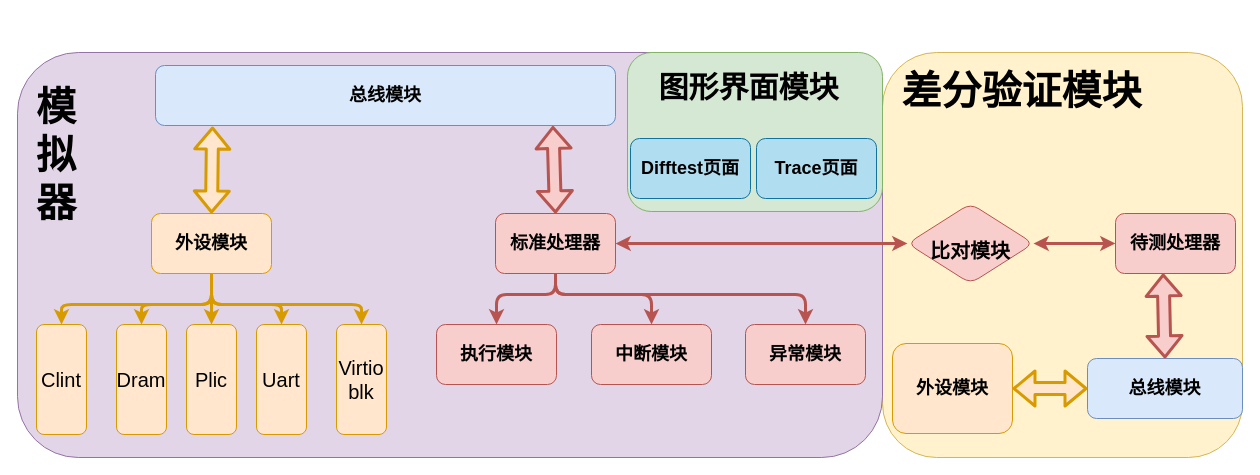
Before: page "总体架构" (2 of 7) of doc/architecture.drawio in Clo91eaf/hemu, a draw.io diagram. Source tidied: cells renumbered, new cells numbered last; positions are measured from the earlier drawing's top-left corner, leaving out a move shared by most shapes. Both pictures are drawn from the tidied source at 100%, with x=0, y=0 at pixel (17, 17).
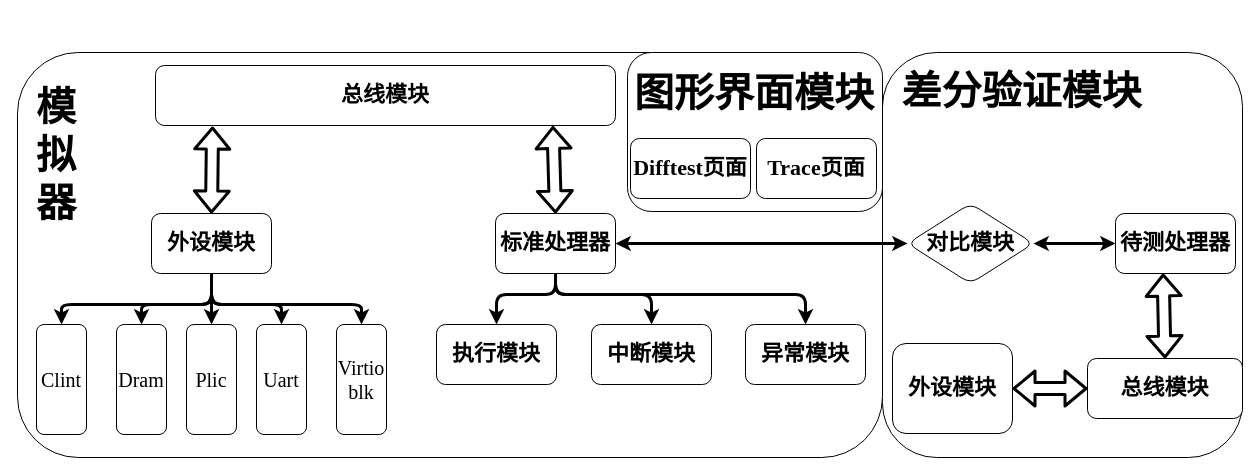
The same page after the edit.

Change to the diagram source:
```diff
@@
-    <mxCell id="2" style="whiteSpace=wrap;html=1;fontSize=20;fillColor=#fff2cc;strokeColor=#d6b656;rounded=1;" parent="1" vertex="1">
+    <mxCell id="2" style="whiteSpace=wrap;html=1;fontSize=20;rounded=1;fontFamily=宋体;" parent="1" vertex="1">
       <mxGeometry x="865" y="35" width="360" height="405" as="geometry" />
     </mxCell>
-    <mxCell id="3" style="whiteSpace=wrap;html=1;fillColor=#e1d5e7;strokeColor=#9673a6;rounded=1;" parent="1" vertex="1">
+    <mxCell id="3" style="whiteSpace=wrap;html=1;rounded=1;fontFamily=宋体;" parent="1" vertex="1">
       <mxGeometry y="35" width="865" height="405" as="geometry" />
     </mxCell>
-    <mxCell id="4" style="edgeStyle=none;html=1;fontSize=18;startArrow=classic;startFill=1;entryX=0;entryY=0.5;entryDx=0;entryDy=0;rounded=1;fillColor=#f8cecc;strokeColor=#b85450;exitX=1;exitY=0.5;exitDx=0;exitDy=0;strokeWidth=3;" parent="1" edge="1" source="30" target="25">
+    <mxCell id="4" style="edgeStyle=none;html=1;fontSize=22;startArrow=classic;startFill=1;entryX=0;entryY=0.5;entryDx=0;entryDy=0;rounded=1;exitX=1;exitY=0.5;exitDx=0;exitDy=0;strokeWidth=3;fontFamily=宋体;" parent="1" edge="1" source="30" target="25">
       <mxGeometry relative="1" as="geometry" />
     </mxCell>
-    <mxCell id="5" style="edgeStyle=none;html=1;fontSize=18;startArrow=none;startFill=0;entryX=0.5;entryY=0;entryDx=0;entryDy=0;rounded=1;exitX=0.5;exitY=1;exitDx=0;exitDy=0;fillColor=#f8cecc;strokeColor=#b85450;strokeWidth=3;" parent="1" edge="1" source="6" target="13">
+    <mxCell id="5" style="edgeStyle=none;html=1;fontSize=18;startArrow=none;startFill=0;entryX=0.5;entryY=0;entryDx=0;entryDy=0;rounded=1;exitX=0.5;exitY=1;exitDx=0;exitDy=0;strokeWidth=3;fontFamily=宋体;" parent="1" edge="1" source="6" target="13">
       <mxGeometry relative="1" as="geometry">
         <Array as="points">
           <mxPoint x="538" y="277" />
           <mxPoint x="479" y="277" />
         </Array>
       </mxGeometry>
     </mxCell>
-    <mxCell id="6" value="&lt;h2&gt;标准处理器&lt;/h2&gt;" style="whiteSpace=wrap;html=1;rounded=1;fillColor=#f8cecc;strokeColor=#b85450;" parent="1" vertex="1">
+    <mxCell id="6" value="&lt;h2 style=&quot;font-size: 22px;&quot;&gt;标准处理器&lt;/h2&gt;" style="whiteSpace=wrap;html=1;rounded=1;fontFamily=宋体;fontSize=22;" parent="1" vertex="1">
       <mxGeometry x="478" y="196" width="120" height="60" as="geometry" />
     </mxCell>
-    <mxCell id="7" style="edgeStyle=none;html=1;fontSize=18;startArrow=none;startFill=0;entryX=0.5;entryY=0;entryDx=0;entryDy=0;exitX=0.5;exitY=1;exitDx=0;exitDy=0;rounded=1;fillColor=#ffe6cc;strokeColor=#d79b00;strokeWidth=3;" parent="1" edge="1" source="8" target="16">
+    <mxCell id="7" style="edgeStyle=none;html=1;fontSize=18;startArrow=none;startFill=0;entryX=0.5;entryY=0;entryDx=0;entryDy=0;exitX=0.5;exitY=1;exitDx=0;exitDy=0;rounded=1;strokeWidth=3;fontFamily=宋体;" parent="1" edge="1" source="8" target="16">
       <mxGeometry relative="1" as="geometry">
         <Array as="points">
           <mxPoint x="194" y="287" />
           <mxPoint x="44" y="287" />
         </Array>
       </mxGeometry>
     </mxCell>
-    <mxCell id="8" value="&lt;h2&gt;外设模块&lt;/h2&gt;" style="whiteSpace=wrap;html=1;rounded=1;fillColor=#ffe6cc;strokeColor=#d79b00;" parent="1" vertex="1">
+    <mxCell id="8" value="&lt;h2 style=&quot;font-size: 22px;&quot;&gt;外设模块&lt;/h2&gt;" style="whiteSpace=wrap;html=1;rounded=1;fontFamily=宋体;fontSize=22;" parent="1" vertex="1">
       <mxGeometry x="134" y="196" width="120" height="60" as="geometry" />
     </mxCell>
-    <mxCell id="9" value="&lt;h2&gt;&lt;br&gt;&lt;/h2&gt;" style="whiteSpace=wrap;html=1;rounded=1;fillColor=#d5e8d4;strokeColor=#82b366;" parent="1" vertex="1">
+    <mxCell id="9" value="&lt;h2 style=&quot;font-size: 22px;&quot;&gt;&lt;br style=&quot;font-size: 22px;&quot;&gt;&lt;/h2&gt;" style="whiteSpace=wrap;html=1;rounded=1;fontFamily=宋体;fontSize=22;" parent="1" vertex="1">
       <mxGeometry x="610" y="35" width="255" height="159" as="geometry" />
     </mxCell>
-    <mxCell id="10" value="&lt;h2&gt;总线模块&lt;/h2&gt;" style="whiteSpace=wrap;html=1;rounded=1;fillColor=#dae8fc;strokeColor=#6c8ebf;" parent="1" vertex="1">
+    <mxCell id="10" value="&lt;h2 style=&quot;font-size: 22px;&quot;&gt;总线模块&lt;/h2&gt;" style="whiteSpace=wrap;html=1;rounded=1;fontFamily=宋体;fontSize=22;" parent="1" vertex="1">
       <mxGeometry x="138" y="48" width="460" height="60" as="geometry" />
     </mxCell>
-    <mxCell id="11" value="&lt;h2&gt;中断模块&lt;/h2&gt;" style="whiteSpace=wrap;html=1;rounded=1;fillColor=#f8cecc;strokeColor=#b85450;" parent="1" vertex="1">
+    <mxCell id="11" value="&lt;h2 style=&quot;font-size: 22px;&quot;&gt;中断模块&lt;/h2&gt;" style="whiteSpace=wrap;html=1;rounded=1;fontFamily=宋体;fontSize=22;" parent="1" vertex="1">
       <mxGeometry x="574" y="307" width="120" height="60" as="geometry" />
     </mxCell>
-    <mxCell id="12" value="&lt;h2&gt;异常模块&lt;/h2&gt;" style="whiteSpace=wrap;html=1;rounded=1;fillColor=#f8cecc;strokeColor=#b85450;" parent="1" vertex="1">
+    <mxCell id="12" value="&lt;h2 style=&quot;font-size: 22px;&quot;&gt;异常模块&lt;/h2&gt;" style="whiteSpace=wrap;html=1;rounded=1;fontFamily=宋体;fontSize=22;" parent="1" vertex="1">
       <mxGeometry x="728" y="307" width="120" height="60" as="geometry" />
     </mxCell>
-    <mxCell id="13" value="&lt;h2&gt;执行模块&lt;/h2&gt;" style="whiteSpace=wrap;html=1;rounded=1;fillColor=#f8cecc;strokeColor=#b85450;" parent="1" vertex="1">
+    <mxCell id="13" value="&lt;h2 style=&quot;font-size: 22px;&quot;&gt;执行模块&lt;/h2&gt;" style="whiteSpace=wrap;html=1;rounded=1;fontFamily=宋体;fontSize=22;" parent="1" vertex="1">
       <mxGeometry x="419" y="307" width="120" height="60" as="geometry" />
     </mxCell>
-    <mxCell id="14" style="edgeStyle=none;html=1;fontSize=18;startArrow=none;startFill=0;entryX=0.5;entryY=0;entryDx=0;entryDy=0;exitX=0.5;exitY=1;exitDx=0;exitDy=0;rounded=1;fillColor=#f8cecc;strokeColor=#b85450;strokeWidth=3;" parent="1" edge="1" source="6" target="12">
+    <mxCell id="14" style="edgeStyle=none;html=1;fontSize=18;startArrow=none;startFill=0;entryX=0.5;entryY=0;entryDx=0;entryDy=0;exitX=0.5;exitY=1;exitDx=0;exitDy=0;rounded=1;strokeWidth=3;fontFamily=宋体;" parent="1" edge="1" source="6" target="12">
       <mxGeometry relative="1" as="geometry">
         <Array as="points">
           <mxPoint x="538" y="277" />
           <mxPoint x="788" y="277" />
         </Array>
       </mxGeometry>
     </mxCell>
-    <mxCell id="15" style="edgeStyle=none;html=1;fontSize=18;startArrow=none;startFill=0;entryX=0.5;entryY=0;entryDx=0;entryDy=0;exitX=0.5;exitY=1;exitDx=0;exitDy=0;rounded=1;fillColor=#f8cecc;strokeColor=#b85450;strokeWidth=3;" parent="1" edge="1" source="6" target="11">
+    <mxCell id="15" style="edgeStyle=none;html=1;fontSize=18;startArrow=none;startFill=0;entryX=0.5;entryY=0;entryDx=0;entryDy=0;exitX=0.5;exitY=1;exitDx=0;exitDy=0;rounded=1;strokeWidth=3;fontFamily=宋体;" parent="1" edge="1" source="6" target="11">
       <mxGeometry relative="1" as="geometry">
         <Array as="points">
           <mxPoint x="538" y="277" />
           <mxPoint x="634" y="277" />
         </Array>
       </mxGeometry>
     </mxCell>
-    <mxCell id="16" value="&lt;font style=&quot;font-size: 20px;&quot;&gt;Clint&lt;/font&gt;" style="whiteSpace=wrap;html=1;rounded=1;horizontal=1;verticalAlign=middle;fillColor=#ffe6cc;strokeColor=#d79b00;" parent="1" vertex="1">
+    <mxCell id="16" value="&lt;font style=&quot;font-size: 20px;&quot;&gt;Clint&lt;/font&gt;" style="whiteSpace=wrap;html=1;rounded=1;horizontal=1;verticalAlign=middle;fontFamily=Times New Roman;" parent="1" vertex="1">
       <mxGeometry x="19" y="307" width="50" height="110" as="geometry" />
     </mxCell>
-    <mxCell id="17" value="&lt;font style=&quot;font-size: 20px;&quot;&gt;Dram&lt;/font&gt;" style="whiteSpace=wrap;html=1;rounded=1;horizontal=1;verticalAlign=middle;fillColor=#ffe6cc;strokeColor=#d79b00;" parent="1" vertex="1">
+    <mxCell id="17" value="&lt;font style=&quot;font-size: 20px;&quot;&gt;Dram&lt;/font&gt;" style="whiteSpace=wrap;html=1;rounded=1;horizontal=1;verticalAlign=middle;fontFamily=Times New Roman;" parent="1" vertex="1">
       <mxGeometry x="99" y="307" width="50" height="110" as="geometry" />
     </mxCell>
-    <mxCell id="18" value="&lt;span style=&quot;font-size: 20px;&quot;&gt;Plic&lt;/span&gt;" style="whiteSpace=wrap;html=1;rounded=1;horizontal=1;verticalAlign=middle;fillColor=#ffe6cc;strokeColor=#d79b00;" parent="1" vertex="1">
+    <mxCell id="18" value="&lt;span style=&quot;font-size: 20px;&quot;&gt;Plic&lt;/span&gt;" style="whiteSpace=wrap;html=1;rounded=1;horizontal=1;verticalAlign=middle;fontFamily=Times New Roman;" parent="1" vertex="1">
       <mxGeometry x="169" y="307" width="50" height="110" as="geometry" />
     </mxCell>
-    <mxCell id="19" value="&lt;span style=&quot;font-size: 20px;&quot;&gt;Uart&lt;/span&gt;" style="whiteSpace=wrap;html=1;rounded=1;horizontal=1;verticalAlign=middle;fillColor=#ffe6cc;strokeColor=#d79b00;" parent="1" vertex="1">
+    <mxCell id="19" value="&lt;span style=&quot;font-size: 20px;&quot;&gt;Uart&lt;/span&gt;" style="whiteSpace=wrap;html=1;rounded=1;horizontal=1;verticalAlign=middle;fontFamily=Times New Roman;" parent="1" vertex="1">
       <mxGeometry x="239" y="307" width="50" height="110" as="geometry" />
     </mxCell>
-    <mxCell id="20" value="&lt;span style=&quot;font-size: 20px;&quot;&gt;Virtio&lt;br&gt;blk&lt;/span&gt;" style="html=1;rounded=1;whiteSpace=wrap;horizontal=1;verticalAlign=middle;fillColor=#ffe6cc;strokeColor=#d79b00;" parent="1" vertex="1">
+    <mxCell id="20" value="&lt;span style=&quot;font-size: 20px;&quot;&gt;Virtio&lt;br&gt;blk&lt;/span&gt;" style="html=1;rounded=1;whiteSpace=wrap;horizontal=1;verticalAlign=middle;fontFamily=Times New Roman;" parent="1" vertex="1">
       <mxGeometry x="319" y="307" width="50" height="110" as="geometry" />
     </mxCell>
-    <mxCell id="21" style="edgeStyle=none;html=1;fontSize=18;startArrow=none;startFill=0;entryX=0.5;entryY=0;entryDx=0;entryDy=0;exitX=0.5;exitY=1;exitDx=0;exitDy=0;rounded=1;fillColor=#ffe6cc;strokeColor=#d79b00;strokeWidth=3;" parent="1" edge="1" source="8" target="17">
+    <mxCell id="21" style="edgeStyle=none;html=1;fontSize=18;startArrow=none;startFill=0;entryX=0.5;entryY=0;entryDx=0;entryDy=0;exitX=0.5;exitY=1;exitDx=0;exitDy=0;rounded=1;strokeWidth=3;fontFamily=宋体;" parent="1" edge="1" source="8" target="17">
       <mxGeometry relative="1" as="geometry">
         <Array as="points">
           <mxPoint x="194" y="287" />
           <mxPoint x="124" y="287" />
         </Array>
       </mxGeometry>
     </mxCell>
-    <mxCell id="22" style="edgeStyle=none;html=1;fontSize=18;startArrow=none;startFill=0;entryX=0.5;entryY=0;entryDx=0;entryDy=0;exitX=0.5;exitY=1;exitDx=0;exitDy=0;rounded=1;fillColor=#ffe6cc;strokeColor=#d79b00;strokeWidth=3;" parent="1" edge="1" source="8" target="18">
+    <mxCell id="22" style="edgeStyle=none;html=1;fontSize=18;startArrow=none;startFill=0;entryX=0.5;entryY=0;entryDx=0;entryDy=0;exitX=0.5;exitY=1;exitDx=0;exitDy=0;rounded=1;strokeWidth=3;fontFamily=宋体;" parent="1" edge="1" source="8" target="18">
       <mxGeometry relative="1" as="geometry">
         <Array as="points">
           <mxPoint x="194" y="287" />
         </Array>
       </mxGeometry>
     </mxCell>
-    <mxCell id="23" style="edgeStyle=none;html=1;fontSize=18;startArrow=none;startFill=0;entryX=0.5;entryY=0;entryDx=0;entryDy=0;exitX=0.5;exitY=1;exitDx=0;exitDy=0;rounded=1;fillColor=#ffe6cc;strokeColor=#d79b00;strokeWidth=3;" parent="1" edge="1" source="8" target="19">
+    <mxCell id="23" style="edgeStyle=none;html=1;fontSize=18;startArrow=none;startFill=0;entryX=0.5;entryY=0;entryDx=0;entryDy=0;exitX=0.5;exitY=1;exitDx=0;exitDy=0;rounded=1;strokeWidth=3;fontFamily=宋体;" parent="1" edge="1" source="8" target="19">
       <mxGeometry relative="1" as="geometry">
         <Array as="points">
           <mxPoint x="194" y="287" />
           <mxPoint x="264" y="287" />
         </Array>
       </mxGeometry>
     </mxCell>
-    <mxCell id="24" style="edgeStyle=none;html=1;fontSize=18;startArrow=none;startFill=0;entryX=0.5;entryY=0;entryDx=0;entryDy=0;exitX=0.5;exitY=1;exitDx=0;exitDy=0;rounded=1;fillColor=#ffe6cc;strokeColor=#d79b00;strokeWidth=3;" parent="1" edge="1" source="8" target="20">
+    <mxCell id="24" style="edgeStyle=none;html=1;fontSize=18;startArrow=none;startFill=0;entryX=0.5;entryY=0;entryDx=0;entryDy=0;exitX=0.5;exitY=1;exitDx=0;exitDy=0;rounded=1;strokeWidth=3;fontFamily=宋体;" parent="1" edge="1" source="8" target="20">
       <mxGeometry relative="1" as="geometry">
         <Array as="points">
           <mxPoint x="194" y="287" />
           <mxPoint x="344" y="287" />
         </Array>
       </mxGeometry>
     </mxCell>
-    <mxCell id="25" value="&lt;h2&gt;待测处理器&lt;/h2&gt;" style="whiteSpace=wrap;html=1;rounded=1;fillColor=#f8cecc;strokeColor=#b85450;" parent="1" vertex="1">
+    <mxCell id="25" value="&lt;h2 style=&quot;font-size: 22px;&quot;&gt;待测处理器&lt;/h2&gt;" style="whiteSpace=wrap;html=1;rounded=1;fontFamily=宋体;fontSize=22;" parent="1" vertex="1">
       <mxGeometry x="1098" y="196" width="120" height="60" as="geometry" />
     </mxCell>
-    <mxCell id="26" style="edgeStyle=none;jettySize=auto;html=1;entryX=0.5;entryY=0;entryDx=0;entryDy=0;exitX=0.124;exitY=1.017;exitDx=0;exitDy=0;exitPerimeter=0;strokeWidth=3;shape=flexArrow;startArrow=block;fillColor=#ffe6cc;strokeColor=#d79b00;rounded=1;" parent="1" edge="1" source="10" target="8">
+    <mxCell id="26" style="edgeStyle=none;jettySize=auto;html=1;entryX=0.5;entryY=0;entryDx=0;entryDy=0;exitX=0.124;exitY=1.017;exitDx=0;exitDy=0;exitPerimeter=0;strokeWidth=3;shape=flexArrow;startArrow=block;rounded=1;fontFamily=宋体;fontSize=22;" parent="1" edge="1" source="10" target="8">
       <mxGeometry relative="1" as="geometry" />
     </mxCell>
-    <mxCell id="27" style="edgeStyle=none;jettySize=auto;html=1;entryX=0.5;entryY=0;entryDx=0;entryDy=0;exitX=0.864;exitY=1.007;exitDx=0;exitDy=0;exitPerimeter=0;strokeWidth=3;shape=flexArrow;startArrow=block;fillColor=#f8cecc;strokeColor=#b85450;rounded=1;" parent="1" edge="1" source="10" target="6">
+    <mxCell id="27" style="edgeStyle=none;jettySize=auto;html=1;entryX=0.5;entryY=0;entryDx=0;entryDy=0;exitX=0.864;exitY=1.007;exitDx=0;exitDy=0;exitPerimeter=0;strokeWidth=3;shape=flexArrow;startArrow=block;rounded=1;fontFamily=宋体;fontSize=22;" parent="1" edge="1" source="10" target="6">
       <mxGeometry relative="1" as="geometry" />
     </mxCell>
-    <mxCell id="28" value="&lt;font style=&quot;font-size: 40px;&quot;&gt;模拟器&lt;/font&gt;" style="text;strokeColor=none;align=center;fillColor=none;html=1;verticalAlign=middle;whiteSpace=wrap;rounded=1;fontStyle=1;" parent="1" vertex="1">
+    <mxCell id="28" value="&lt;font style=&quot;font-size: 40px;&quot;&gt;模拟器&lt;/font&gt;" style="text;align=center;html=1;verticalAlign=middle;whiteSpace=wrap;rounded=1;fontStyle=1;fontFamily=宋体;" parent="1" vertex="1">
       <mxGeometry y="64" width="78" height="146" as="geometry" />
     </mxCell>
-    <mxCell id="29" style="edgeStyle=none;html=1;fontSize=18;startArrow=classic;startFill=1;entryX=0;entryY=0.5;entryDx=0;entryDy=0;rounded=1;fillColor=#f8cecc;strokeColor=#b85450;exitX=1;exitY=0.5;exitDx=0;exitDy=0;endArrow=classic;endFill=1;strokeWidth=3;" parent="1" edge="1" source="6" target="30">
+    <mxCell id="29" style="edgeStyle=none;html=1;fontSize=18;startArrow=classic;startFill=1;entryX=0;entryY=0.5;entryDx=0;entryDy=0;rounded=1;exitX=1;exitY=0.5;exitDx=0;exitDy=0;endArrow=classic;endFill=1;strokeWidth=3;fontFamily=宋体;" parent="1" edge="1" source="6" target="30">
       <mxGeometry relative="1" as="geometry" />
     </mxCell>
-    <mxCell id="30" value="&lt;font size=&quot;1&quot; style=&quot;&quot;&gt;&lt;b style=&quot;font-size: 20px;&quot;&gt;比对模块&lt;/b&gt;&lt;/font&gt;" style="rhombus;whiteSpace=wrap;html=1;fontSize=40;fillColor=#f8cecc;strokeColor=#b85450;rounded=1;" parent="1" vertex="1">
+    <mxCell id="30" value="&lt;div style=&quot;font-size: 22px;&quot;&gt;&lt;br style=&quot;font-size: 22px;&quot;&gt;&lt;/div&gt;" style="rhombus;whiteSpace=wrap;html=1;fontSize=22;rounded=1;fontFamily=宋体;align=center;" parent="1" vertex="1">
       <mxGeometry x="890" y="186" width="126" height="80" as="geometry" />
     </mxCell>
-    <mxCell id="31" value="&lt;font style=&quot;font-size: 40px;&quot;&gt;差分验证模块&lt;/font&gt;" style="text;strokeColor=none;align=center;fillColor=none;html=1;verticalAlign=middle;whiteSpace=wrap;rounded=1;fontStyle=1;" parent="1" vertex="1">
+    <mxCell id="31" value="&lt;font style=&quot;font-size: 40px;&quot;&gt;差分验证模块&lt;/font&gt;" style="text;align=center;html=1;verticalAlign=middle;whiteSpace=wrap;rounded=1;fontStyle=1;fontFamily=宋体;" parent="1" vertex="1">
       <mxGeometry x="865" width="279" height="146" as="geometry" />
     </mxCell>
-    <mxCell id="32" value="&lt;font style=&quot;font-size: 30px;&quot;&gt;图形界面模块&lt;/font&gt;" style="text;strokeColor=none;align=center;fillColor=none;html=1;verticalAlign=middle;whiteSpace=wrap;rounded=1;fontStyle=1;" parent="1" vertex="1">
-      <mxGeometry x="634" y="23" width="195" height="93" as="geometry" />
+    <mxCell id="32" value="&lt;font style=&quot;font-size: 40px;&quot;&gt;图形界面模块&lt;/font&gt;" style="text;align=center;html=1;verticalAlign=middle;whiteSpace=wrap;rounded=1;fontStyle=1;fontFamily=宋体;fontSize=22;" parent="1" vertex="1">
+      <mxGeometry x="610" y="28" width="254" height="93" as="geometry" />
     </mxCell>
-    <mxCell id="33" value="&lt;h2&gt;Difftest页面&lt;/h2&gt;" style="whiteSpace=wrap;html=1;rounded=1;fillColor=#b1ddf0;strokeColor=#10739e;" parent="1" vertex="1">
+    <mxCell id="33" value="&lt;h2 style=&quot;font-size: 22px;&quot;&gt;&lt;font face=&quot;Times New Roman&quot; style=&quot;font-size: 22px;&quot;&gt;Difftest&lt;/font&gt;页面&lt;/h2&gt;" style="whiteSpace=wrap;html=1;rounded=1;fontFamily=宋体;fontSize=22;" parent="1" vertex="1">
       <mxGeometry x="613" y="121" width="120" height="60" as="geometry" />
     </mxCell>
-    <mxCell id="34" value="&lt;h2&gt;Trace页面&lt;/h2&gt;" style="whiteSpace=wrap;html=1;rounded=1;fillColor=#b1ddf0;strokeColor=#10739e;" parent="1" vertex="1">
+    <mxCell id="34" value="&lt;h2 style=&quot;font-size: 22px;&quot;&gt;&lt;font face=&quot;Times New Roman&quot; style=&quot;font-size: 22px;&quot;&gt;Trace&lt;/font&gt;页面&lt;/h2&gt;" style="whiteSpace=wrap;html=1;rounded=1;fontFamily=宋体;fontSize=22;" parent="1" vertex="1">
       <mxGeometry x="739" y="121" width="120" height="60" as="geometry" />
     </mxCell>
-    <mxCell id="35" value="&lt;h2&gt;总线模块&lt;/h2&gt;" style="whiteSpace=wrap;html=1;rounded=1;fillColor=#dae8fc;strokeColor=#6c8ebf;" parent="1" vertex="1">
+    <mxCell id="35" value="&lt;h2 style=&quot;font-size: 22px;&quot;&gt;总线模块&lt;/h2&gt;" style="whiteSpace=wrap;html=1;rounded=1;fontFamily=宋体;fontSize=22;" parent="1" vertex="1">
       <mxGeometry x="1070" y="341" width="155" height="60" as="geometry" />
     </mxCell>
-    <mxCell id="36" style="edgeStyle=none;jettySize=auto;html=1;entryX=0.5;entryY=0;entryDx=0;entryDy=0;exitX=0.397;exitY=1;exitDx=0;exitDy=0;strokeWidth=3;shape=flexArrow;startArrow=block;fillColor=#f8cecc;strokeColor=#b85450;rounded=1;exitPerimeter=0;" parent="1" edge="1" source="25" target="35">
+    <mxCell id="36" style="edgeStyle=none;jettySize=auto;html=1;entryX=0.5;entryY=0;entryDx=0;entryDy=0;exitX=0.397;exitY=1;exitDx=0;exitDy=0;strokeWidth=3;shape=flexArrow;startArrow=block;rounded=1;exitPerimeter=0;fontFamily=宋体;fontSize=22;" parent="1" edge="1" source="25" target="35">
       <mxGeometry relative="1" as="geometry" />
     </mxCell>
-    <mxCell id="37" value="&lt;h2&gt;外设模块&lt;/h2&gt;" style="whiteSpace=wrap;html=1;rounded=1;fillColor=#ffe6cc;strokeColor=#d79b00;" parent="1" vertex="1">
+    <mxCell id="37" value="&lt;h2 style=&quot;font-size: 22px;&quot;&gt;外设模块&lt;/h2&gt;" style="whiteSpace=wrap;html=1;rounded=1;fontFamily=宋体;fontSize=22;" parent="1" vertex="1">
       <mxGeometry x="875" y="326" width="120" height="90" as="geometry" />
     </mxCell>
-    <mxCell id="38" style="edgeStyle=none;jettySize=auto;html=1;entryX=0;entryY=0.5;entryDx=0;entryDy=0;exitX=1;exitY=0.5;exitDx=0;exitDy=0;strokeWidth=3;shape=flexArrow;startArrow=block;fillColor=#ffe6cc;strokeColor=#d79b00;rounded=1;" parent="1" edge="1" source="37" target="35">
+    <mxCell id="38" style="edgeStyle=none;jettySize=auto;html=1;entryX=0;entryY=0.5;entryDx=0;entryDy=0;exitX=1;exitY=0.5;exitDx=0;exitDy=0;strokeWidth=3;shape=flexArrow;startArrow=block;rounded=1;fontFamily=宋体;fontSize=22;" parent="1" edge="1" source="37" target="35">
       <mxGeometry relative="1" as="geometry" />
     </mxCell>
+    <mxCell id="39" value="&lt;font style=&quot;font-size: 22px;&quot;&gt;对比模块&lt;/font&gt;" style="text;align=center;html=1;verticalAlign=middle;whiteSpace=wrap;rounded=1;fontStyle=1;fontFamily=宋体;fontSize=22;" parent="1" vertex="1">
+      <mxGeometry x="906" y="204" width="94" height="44" as="geometry" />
+    </mxCell>
```
